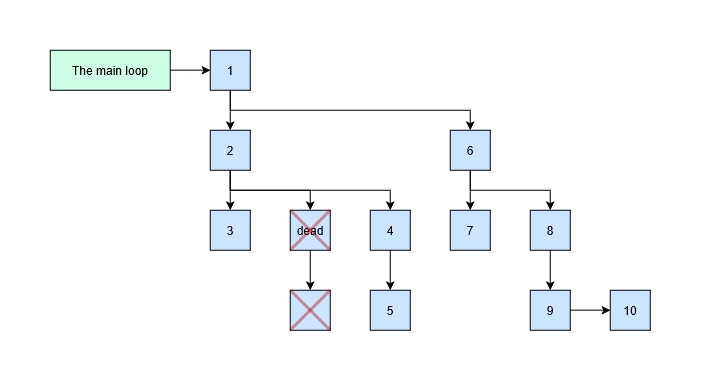
Before: articles/2026/gfs_runtime/images/ar_dev_notes_tree_execution_1.drawio.png, a diagram exported from draw.io (hww/hww.github.io). Source tidied: cells renumbered, new cells last; positions are measured from the earlier drawing's top-left corner, leaving out a move shared by most shapes.
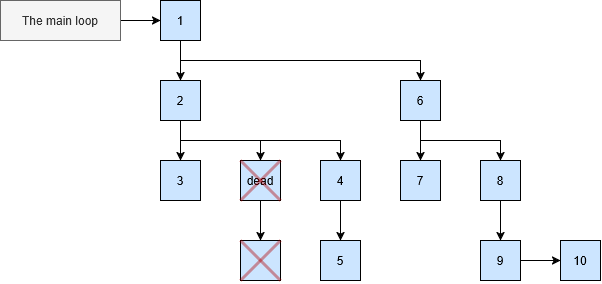
The same diagram one commit later.

Change to the diagram source:
```diff
@@ -100,7 +100,7 @@
         </Array>
       </mxGeometry>
     </mxCell>
-    <mxCell id="26" value="The main loop" style="rounded=0;whiteSpace=wrap;html=1;fillColor=#CCFFE6;" parent="1" vertex="1">
+    <mxCell id="26" value="The main loop" style="rounded=0;whiteSpace=wrap;html=1;fillColor=#f5f5f5;fontColor=#333333;strokeColor=#666666;" parent="1" vertex="1">
       <mxGeometry width="120" height="40" as="geometry" />
     </mxCell>
     <mxCell id="27" style="endArrow=none;html=1;rounded=0;strokeWidth=3;fillColor=#e51400;strokeColor=#B20000;opacity=40;" parent="1" edge="1">
```
